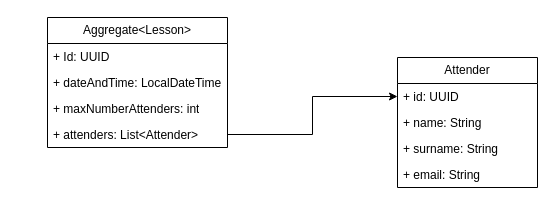
Before: diagrams/Domain.drawio in federicoorlandini/LessonBookingSystem, a draw.io diagram. Source tidied: cells renumbered, new cells numbered last; positions are measured from the earlier drawing's top-left corner, leaving out a move shared by most shapes. Both pictures are drawn from the tidied source at 100%, with x=0, y=0 at pixel (47, 17).
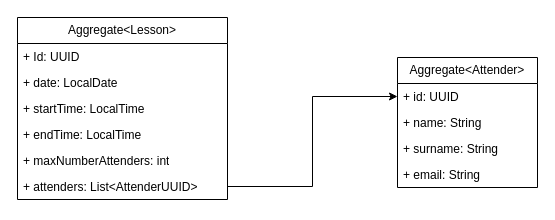
Above is the later version.

Commit message (it also covers changes not shown here):
Adding new scenarios in the event modelling and renaming a use case

What changed in the source:
```diff
@@
 <mxGraphModel>
   <root>
     <mxCell id="0" />
     <mxCell id="1" parent="0" />
     <mxCell id="2" value="Aggregate&amp;lt;Lesson&amp;gt;" style="swimlane;fontStyle=0;horizontal=1;startSize=26;fillColor=none;whiteSpace=wrap;html=1;" parent="1" vertex="1">
-      <mxGeometry width="180" height="130" as="geometry" />
+      <mxGeometry x="-30" width="210" height="182" as="geometry" />
     </mxCell>
     <mxCell id="3" value="+ Id: UUID" style="text;strokeColor=none;fillColor=none;align=left;verticalAlign=top;spacingLeft=4;spacingRight=4;overflow=hidden;whiteSpace=wrap;html=1;" parent="2" vertex="1">
-      <mxGeometry y="26" width="180" height="26" as="geometry" />
+      <mxGeometry y="26" width="210" height="26" as="geometry" />
     </mxCell>
-    <mxCell id="4" value="+ dateAndTime: LocalDateTime" style="text;strokeColor=none;fillColor=none;align=left;verticalAlign=top;spacingLeft=4;spacingRight=4;overflow=hidden;whiteSpace=wrap;html=1;" parent="2" vertex="1">
-      <mxGeometry y="52" width="180" height="26" as="geometry" />
+    <mxCell id="4" value="+ date: LocalDate" style="text;strokeColor=none;fillColor=none;align=left;verticalAlign=top;spacingLeft=4;spacingRight=4;overflow=hidden;whiteSpace=wrap;html=1;" parent="2" vertex="1">
+      <mxGeometry y="52" width="210" height="26" as="geometry" />
     </mxCell>
+    <mxCell id="13" value="+ startTime: LocalTime" style="text;strokeColor=none;fillColor=none;align=left;verticalAlign=top;spacingLeft=4;spacingRight=4;overflow=hidden;whiteSpace=wrap;html=1;" parent="2" vertex="1">
+      <mxGeometry y="78" width="210" height="26" as="geometry" />
+    </mxCell>
+    <mxCell id="14" value="+ endTime: LocalTime" style="text;strokeColor=none;fillColor=none;align=left;verticalAlign=top;spacingLeft=4;spacingRight=4;overflow=hidden;whiteSpace=wrap;html=1;" parent="2" vertex="1">
+      <mxGeometry y="104" width="210" height="26" as="geometry" />
+    </mxCell>
     <mxCell id="5" value="+ maxNumberAttenders: int" style="text;strokeColor=none;fillColor=none;align=left;verticalAlign=top;spacingLeft=4;spacingRight=4;overflow=hidden;whiteSpace=wrap;html=1;" parent="2" vertex="1">
-      <mxGeometry y="78" width="180" height="26" as="geometry" />
+      <mxGeometry y="130" width="210" height="26" as="geometry" />
     </mxCell>
-    <mxCell id="6" value="+ attenders: List&amp;lt;Attender&amp;gt;" style="text;strokeColor=none;fillColor=none;align=left;verticalAlign=top;spacingLeft=4;spacingRight=4;overflow=hidden;points=[[0,0.5],[1,0.5]];portConstraint=eastwest;whiteSpace=wrap;html=1;" parent="2" vertex="1">
-      <mxGeometry y="104" width="180" height="26" as="geometry" />
+    <mxCell id="6" value="+ attenders: List&amp;lt;AttenderUUID&amp;gt;" style="text;strokeColor=none;fillColor=none;align=left;verticalAlign=top;spacingLeft=4;spacingRight=4;overflow=hidden;points=[[0,0.5],[1,0.5]];portConstraint=eastwest;whiteSpace=wrap;html=1;" parent="2" vertex="1">
+      <mxGeometry y="156" width="210" height="26" as="geometry" />
     </mxCell>
-    <mxCell id="7" value="Attender" style="swimlane;fontStyle=0;horizontal=1;startSize=26;fillColor=none;whiteSpace=wrap;html=1;" parent="1" vertex="1">
+    <mxCell id="7" value="Aggregate&amp;lt;Attender&amp;gt;" style="swimlane;fontStyle=0;horizontal=1;startSize=26;fillColor=none;whiteSpace=wrap;html=1;" parent="1" vertex="1">
       <mxGeometry x="350" y="40" width="140" height="130" as="geometry" />
     </mxCell>
     <mxCell id="8" value="+ id: UUID" style="text;strokeColor=none;fillColor=none;align=left;verticalAlign=top;spacingLeft=4;spacingRight=4;overflow=hidden;points=[[0,0.5],[1,0.5]];portConstraint=eastwest;whiteSpace=wrap;html=1;" parent="7" vertex="1">
       <mxGeometry y="26" width="140" height="26" as="geometry" />
     </mxCell>
     <mxCell id="9" value="+ name: String" style="text;strokeColor=none;fillColor=none;align=left;verticalAlign=top;spacingLeft=4;spacingRight=4;overflow=hidden;whiteSpace=wrap;html=1;" parent="7" vertex="1">
       <mxGeometry y="52" width="140" height="26" as="geometry" />
     </mxCell>
     <mxCell id="10" value="+ surname: String" style="text;strokeColor=none;fillColor=none;align=left;verticalAlign=top;spacingLeft=4;spacingRight=4;overflow=hidden;whiteSpace=wrap;html=1;" parent="7" vertex="1">
       <mxGeometry y="78" width="140" height="26" as="geometry" />
     </mxCell>
     <mxCell id="11" value="+ email: String" style="text;strokeColor=none;fillColor=none;align=left;verticalAlign=top;spacingLeft=4;spacingRight=4;overflow=hidden;whiteSpace=wrap;html=1;" parent="7" vertex="1">
       <mxGeometry y="104" width="140" height="26" as="geometry" />
     </mxCell>
     <mxCell id="12" style="edgeStyle=orthogonalEdgeStyle;rounded=0;jettySize=auto;html=1;entryX=0;entryY=0.5;entryDx=0;entryDy=0;" parent="1" edge="1" source="6" target="8">
       <mxGeometry relative="1" as="geometry" />
     </mxCell>
   </root>
 </mxGraphModel>
```
